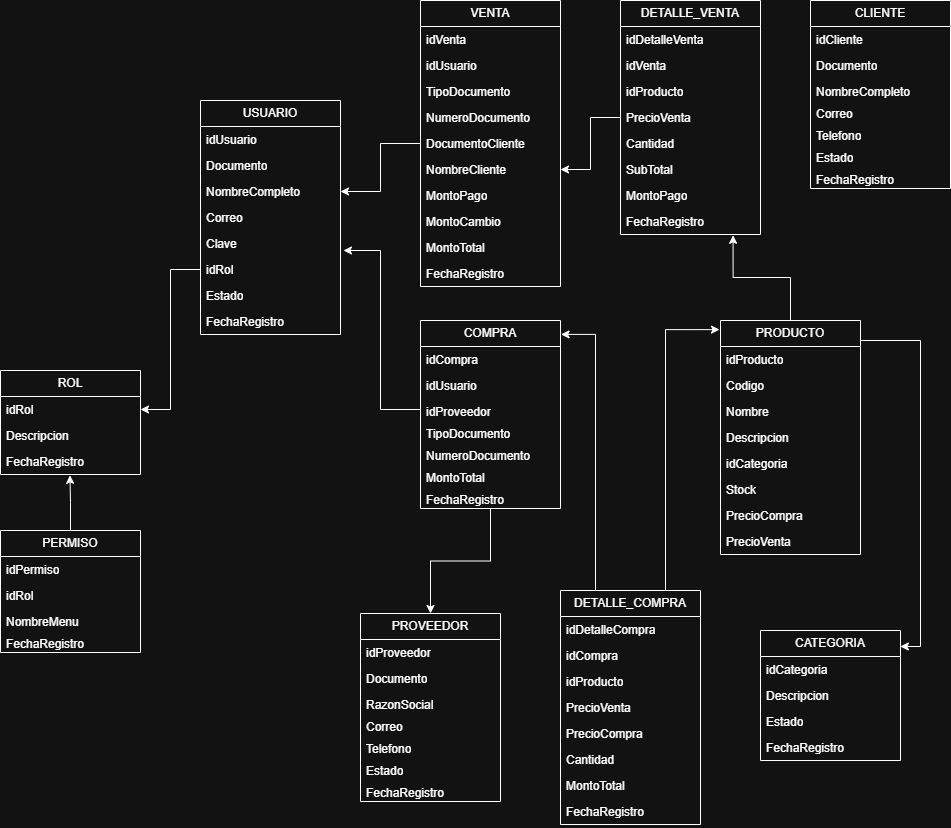
IvanMoreno718/Trabajo-Practicas-Profesionalizantes keeps this draw.io diagram as Diagramas/Diagrama de Dominio.drawio.png. Above is the earlier version. Source tidied: cells renumbered, new cells last; positions are measured from the earlier drawing's top-left corner, leaving out a move shared by most shapes.
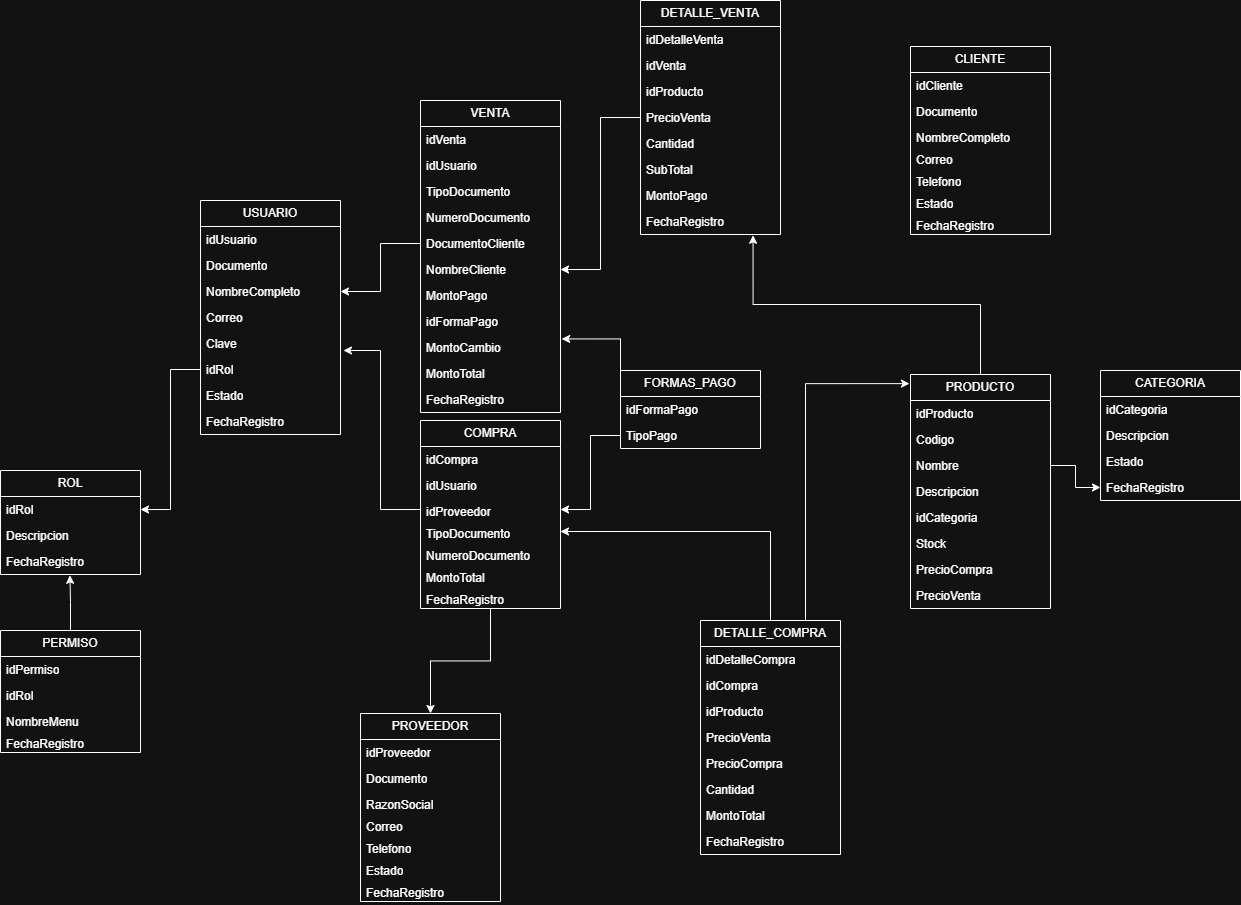
The same file after the commit.

Commit message:
Formas pago tabla

Change to the diagram source:
```diff
@@ -108,7 +108,7 @@
       <mxGeometry y="208" width="140" height="26" as="geometry" />
     </mxCell>
     <mxCell id="37" value="VENTA" style="swimlane;fontStyle=0;horizontal=1;startSize=26;fillColor=none;whiteSpace=wrap;html=1;" parent="1" vertex="1">
-      <mxGeometry x="420" width="140" height="286" as="geometry" />
+      <mxGeometry x="420" width="140" height="312" as="geometry" />
     </mxCell>
     <mxCell id="38" value="idVenta" style="text;strokeColor=none;fillColor=none;align=left;verticalAlign=top;spacingLeft=4;spacingRight=4;overflow=hidden;whiteSpace=wrap;html=1;" parent="37" vertex="1">
       <mxGeometry y="26" width="140" height="26" as="geometry" />
@@ -131,17 +131,20 @@
     <mxCell id="44" value="MontoPago" style="text;strokeColor=none;fillColor=none;align=left;verticalAlign=top;spacingLeft=4;spacingRight=4;overflow=hidden;whiteSpace=wrap;html=1;" parent="37" vertex="1">
       <mxGeometry y="182" width="140" height="26" as="geometry" />
     </mxCell>
+    <mxCell id="97" value="idFormaPago" style="text;strokeColor=none;fillColor=none;align=left;verticalAlign=top;spacingLeft=4;spacingRight=4;overflow=hidden;whiteSpace=wrap;html=1;" parent="37" vertex="1">
+      <mxGeometry y="208" width="140" height="26" as="geometry" />
+    </mxCell>
     <mxCell id="45" value="MontoCambio" style="text;strokeColor=none;fillColor=none;align=left;verticalAlign=top;spacingLeft=4;spacingRight=4;overflow=hidden;points=[[0,0.5],[1,0.5]];portConstraint=eastwest;whiteSpace=wrap;html=1;" parent="37" vertex="1">
-      <mxGeometry y="208" width="140" height="26" as="geometry" />
+      <mxGeometry y="234" width="140" height="26" as="geometry" />
     </mxCell>
     <mxCell id="46" value="MontoTotal" style="text;strokeColor=none;fillColor=none;align=left;verticalAlign=top;spacingLeft=4;spacingRight=4;overflow=hidden;whiteSpace=wrap;html=1;" parent="37" vertex="1">
-      <mxGeometry y="234" width="140" height="26" as="geometry" />
+      <mxGeometry y="260" width="140" height="26" as="geometry" />
     </mxCell>
     <mxCell id="47" value="FechaRegistro" style="text;strokeColor=none;fillColor=none;align=left;verticalAlign=top;spacingLeft=4;spacingRight=4;overflow=hidden;whiteSpace=wrap;html=1;" parent="37" vertex="1">
-      <mxGeometry y="260" width="140" height="26" as="geometry" />
+      <mxGeometry y="286" width="140" height="26" as="geometry" />
     </mxCell>
     <mxCell id="48" value="DETALLE_VENTA" style="swimlane;fontStyle=0;horizontal=1;startSize=26;fillColor=none;whiteSpace=wrap;html=1;" parent="1" vertex="1">
-      <mxGeometry x="620" width="140" height="234" as="geometry" />
+      <mxGeometry x="640" y="-100" width="140" height="234" as="geometry" />
     </mxCell>
     <mxCell id="49" value="idDetalleVenta" style="text;strokeColor=none;fillColor=none;align=left;verticalAlign=top;spacingLeft=4;spacingRight=4;overflow=hidden;whiteSpace=wrap;html=1;" parent="48" vertex="1">
       <mxGeometry y="26" width="140" height="26" as="geometry" />
@@ -168,7 +171,7 @@
       <mxGeometry y="208" width="140" height="26" as="geometry" />
     </mxCell>
     <mxCell id="57" value="PRODUCTO" style="swimlane;fontStyle=0;horizontal=1;startSize=26;fillColor=none;whiteSpace=wrap;html=1;" parent="1" vertex="1">
-      <mxGeometry x="720" y="320" width="140" height="234" as="geometry" />
+      <mxGeometry x="910" y="274" width="140" height="234" as="geometry" />
     </mxCell>
     <mxCell id="58" value="idProducto" style="text;strokeColor=none;fillColor=none;align=left;verticalAlign=top;spacingLeft=4;spacingRight=4;overflow=hidden;whiteSpace=wrap;html=1;" parent="57" vertex="1">
       <mxGeometry y="26" width="140" height="26" as="geometry" />
@@ -194,8 +197,11 @@
     <mxCell id="65" value="PrecioVenta" style="text;strokeColor=none;fillColor=none;align=left;verticalAlign=top;spacingLeft=4;spacingRight=4;overflow=hidden;whiteSpace=wrap;html=1;" parent="57" vertex="1">
       <mxGeometry y="208" width="140" height="26" as="geometry" />
     </mxCell>
+    <mxCell id="98" style="edgeStyle=orthogonalEdgeStyle;rounded=0;jettySize=auto;html=1;entryX=1;entryY=0.5;entryDx=0;entryDy=0;" parent="1" edge="1" source="66" target="7">
+      <mxGeometry relative="1" as="geometry" />
+    </mxCell>
     <mxCell id="66" value="DETALLE_COMPRA" style="swimlane;fontStyle=0;horizontal=1;startSize=26;fillColor=none;whiteSpace=wrap;html=1;" parent="1" vertex="1">
-      <mxGeometry x="560" y="590" width="140" height="234" as="geometry" />
+      <mxGeometry x="700" y="520" width="140" height="234" as="geometry" />
     </mxCell>
     <mxCell id="67" value="idDetalleCompra" style="text;strokeColor=none;fillColor=none;align=left;verticalAlign=top;spacingLeft=4;spacingRight=4;overflow=hidden;whiteSpace=wrap;html=1;" parent="66" vertex="1">
       <mxGeometry y="26" width="140" height="26" as="geometry" />
@@ -222,7 +228,7 @@
       <mxGeometry y="208" width="140" height="26" as="geometry" />
     </mxCell>
     <mxCell id="75" value="CATEGORIA" style="swimlane;fontStyle=0;horizontal=1;startSize=26;fillColor=none;whiteSpace=wrap;html=1;" parent="1" vertex="1">
-      <mxGeometry x="760" y="630" width="140" height="130" as="geometry" />
+      <mxGeometry x="1100" y="270" width="140" height="130" as="geometry" />
     </mxCell>
     <mxCell id="76" value="idCategoria" style="text;strokeColor=none;fillColor=none;align=left;verticalAlign=top;spacingLeft=4;spacingRight=4;overflow=hidden;whiteSpace=wrap;html=1;" parent="75" vertex="1">
       <mxGeometry y="26" width="140" height="26" as="geometry" />
@@ -237,7 +243,7 @@
       <mxGeometry y="104" width="140" height="26" as="geometry" />
     </mxCell>
     <mxCell id="80" value="CLIENTE" style="swimlane;fontStyle=0;horizontal=1;startSize=26;fillColor=none;whiteSpace=wrap;html=1;" parent="1" vertex="1">
-      <mxGeometry x="810" width="140" height="188" as="geometry" />
+      <mxGeometry x="910" y="-54" width="140" height="188" as="geometry" />
     </mxCell>
     <mxCell id="81" value="idCliente" style="text;strokeColor=none;fillColor=none;align=left;verticalAlign=top;spacingLeft=4;spacingRight=4;overflow=hidden;whiteSpace=wrap;html=1;" parent="80" vertex="1">
       <mxGeometry y="26" width="140" height="26" as="geometry" />
@@ -278,20 +284,26 @@
     <mxCell id="93" style="edgeStyle=orthogonalEdgeStyle;rounded=0;jettySize=auto;html=1;entryX=0.804;entryY=1.031;entryDx=0;entryDy=0;entryPerimeter=0;" parent="1" edge="1" source="57" target="56">
       <mxGeometry relative="1" as="geometry" />
     </mxCell>
-    <mxCell id="94" style="edgeStyle=orthogonalEdgeStyle;rounded=0;jettySize=auto;html=1;exitX=0.25;exitY=0;exitDx=0;exitDy=0;entryX=1.004;entryY=0.074;entryDx=0;entryDy=0;entryPerimeter=0;" parent="1" edge="1" source="66" target="3">
-      <mxGeometry relative="1" as="geometry" />
-    </mxCell>
     <mxCell id="95" style="edgeStyle=orthogonalEdgeStyle;rounded=0;jettySize=auto;html=1;exitX=0.75;exitY=0;exitDx=0;exitDy=0;entryX=-0.007;entryY=0.039;entryDx=0;entryDy=0;entryPerimeter=0;" parent="1" edge="1" source="66" target="57">
       <mxGeometry relative="1" as="geometry" />
     </mxCell>
-    <mxCell id="96" style="edgeStyle=orthogonalEdgeStyle;rounded=0;jettySize=auto;html=1;exitX=1;exitY=0;exitDx=0;exitDy=0;entryX=0.999;entryY=0.123;entryDx=0;entryDy=0;entryPerimeter=0;" parent="1" edge="1" source="57" target="75">
-      <mxGeometry relative="1" as="geometry">
-        <Array as="points">
-          <mxPoint x="860" y="340" />
-          <mxPoint x="920" y="340" />
-          <mxPoint x="920" y="646" />
-        </Array>
-      </mxGeometry>
-    </mxCell>
+    <mxCell id="99" value="FORMAS_PAGO" style="swimlane;fontStyle=0;horizontal=1;startSize=26;fillColor=none;whiteSpace=wrap;html=1;" parent="1" vertex="1">
+      <mxGeometry x="620" y="270" width="140" height="78" as="geometry" />
+    </mxCell>
+    <mxCell id="100" value="idFormaPago" style="text;strokeColor=none;fillColor=none;align=left;verticalAlign=top;spacingLeft=4;spacingRight=4;overflow=hidden;whiteSpace=wrap;html=1;" parent="99" vertex="1">
+      <mxGeometry y="26" width="140" height="26" as="geometry" />
+    </mxCell>
+    <mxCell id="101" value="TipoPago" style="text;strokeColor=none;fillColor=none;align=left;verticalAlign=top;spacingLeft=4;spacingRight=4;overflow=hidden;points=[[0,0.5],[1,0.5]];portConstraint=eastwest;whiteSpace=wrap;html=1;" parent="99" vertex="1">
+      <mxGeometry y="52" width="140" height="26" as="geometry" />
+    </mxCell>
+    <mxCell id="102" style="edgeStyle=orthogonalEdgeStyle;rounded=0;jettySize=auto;html=1;exitX=0;exitY=0;exitDx=0;exitDy=0;entryX=1.008;entryY=0.17;entryDx=0;entryDy=0;entryPerimeter=0;" parent="1" edge="1" source="99" target="45">
+      <mxGeometry relative="1" as="geometry" />
+    </mxCell>
+    <mxCell id="103" style="edgeStyle=orthogonalEdgeStyle;rounded=0;jettySize=auto;html=1;exitX=0;exitY=0.5;exitDx=0;exitDy=0;entryX=1;entryY=0.5;entryDx=0;entryDy=0;" parent="1" edge="1" source="101" target="6">
+      <mxGeometry relative="1" as="geometry" />
+    </mxCell>
+    <mxCell id="104" style="edgeStyle=orthogonalEdgeStyle;rounded=0;jettySize=auto;html=1;" parent="1" edge="1" source="60" target="79">
+      <mxGeometry relative="1" as="geometry" />
+    </mxCell>
   </root>
 </mxGraphModel>
```
